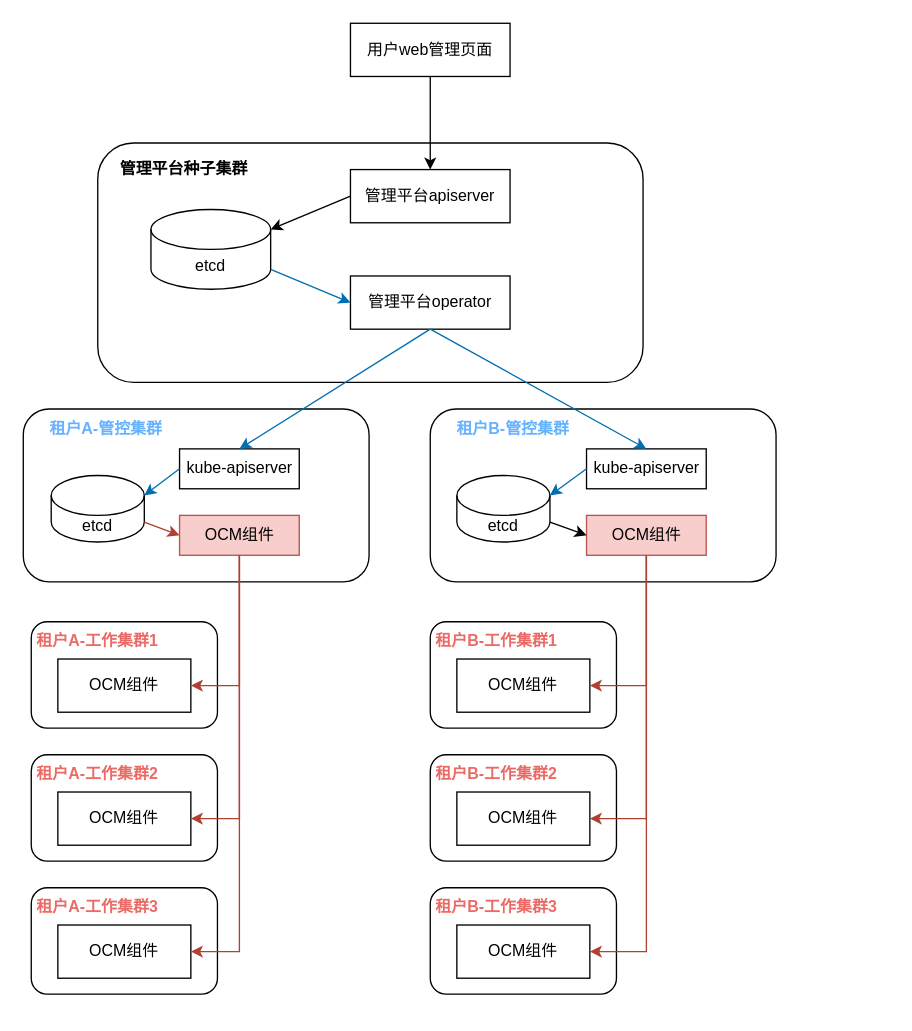
Before: drawio/ccse专利.drawio in Tiny-VS-Lina/ccse, a draw.io diagram. Source tidied: cells renumbered, new cells numbered last; positions are measured from the earlier drawing's top-left corner, leaving out a move shared by most shapes. Both pictures are drawn from the tidied source at 133%, with x=0, y=0 at pixel (23, 23).
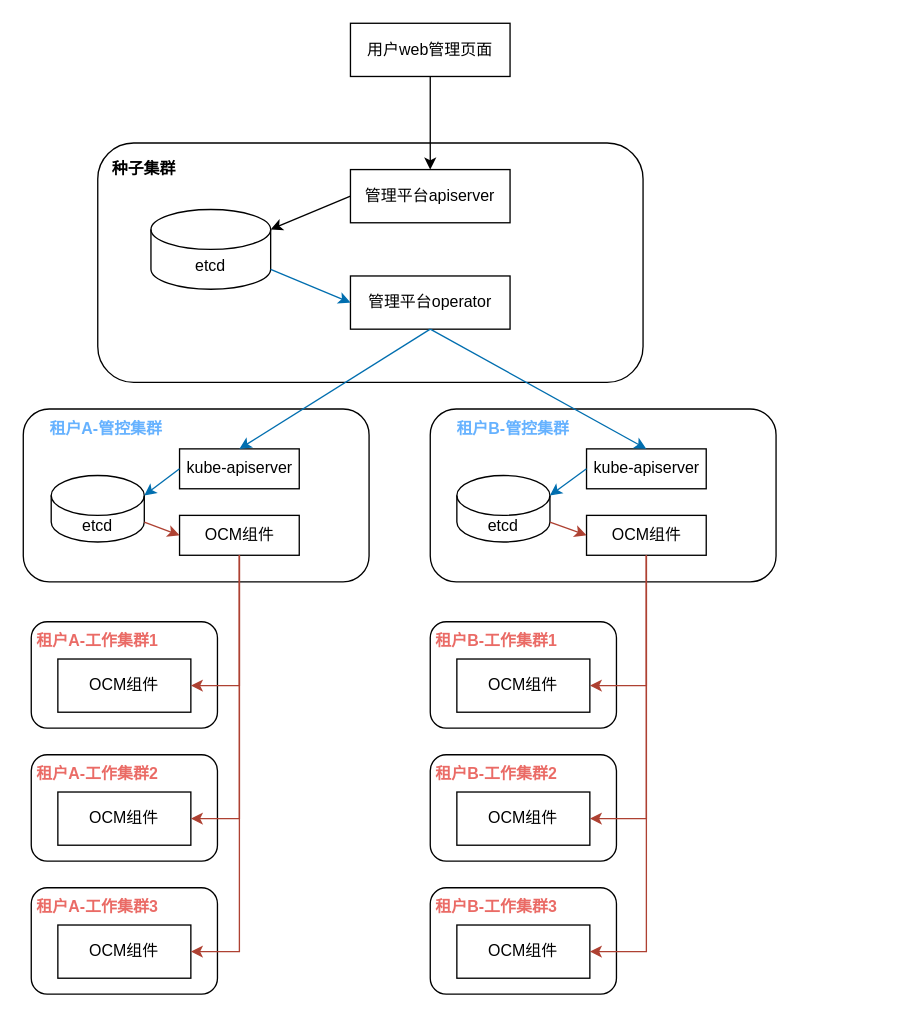
Above is the later version.

Unchanged cells that the change refers to:
```xml
<mxCell id="12" style="group;" parent="1" vertex="1">
  <mxGeometry x="36" y="300" width="615" height="440" as="geometry" />
</mxCell>
<mxCell id="22" value="etcd" style="shape=cylinder3;whiteSpace=wrap;html=1;boundedLbl=1;backgroundOutline=1;size=15;" parent="12" vertex="1">
  <mxGeometry x="290" y="40" width="70" height="50" as="geometry" />
</mxCell>
```

Change to the diagram source:
```diff
@@
-    <mxCell id="8" value="&lt;b&gt;管理平台种子集群&lt;/b&gt;" style="text;html=1;strokeColor=none;fillColor=none;align=center;verticalAlign=middle;whiteSpace=wrap;rounded=0;" parent="1" vertex="1">
-      <mxGeometry x="66" y="100" width="110" height="20" as="geometry" />
+    <mxCell id="8" value="&lt;b&gt;种子集群&lt;/b&gt;" style="text;html=1;strokeColor=none;fillColor=none;align=center;verticalAlign=middle;whiteSpace=wrap;rounded=0;" parent="1" vertex="1">
+      <mxGeometry x="56" y="100" width="70" height="20" as="geometry" />
     </mxCell>
@@
-    <mxCell id="14" value="OCM组件" style="rounded=0;whiteSpace=wrap;html=1;fillColor=#f8cecc;strokeColor=#b85450;" parent="12" vertex="1">
+    <mxCell id="14" value="OCM组件" style="rounded=0;whiteSpace=wrap;html=1;" parent="12" vertex="1">
       <mxGeometry x="81.5" y="70" width="90" height="30" as="geometry" />
     </mxCell>
@@
-    <mxCell id="19" value="OCM组件" style="rounded=0;whiteSpace=wrap;html=1;fillColor=#f8cecc;strokeColor=#b85450;" parent="12" vertex="1">
+    <mxCell id="19" value="OCM组件" style="rounded=0;whiteSpace=wrap;html=1;" parent="12" vertex="1">
       <mxGeometry x="387.5" y="70" width="90" height="30" as="geometry" />
     </mxCell>
@@
-    <mxCell id="39" style="endArrow=classic;html=1;rounded=0;exitX=1;exitY=1;exitDx=0;exitDy=-15;exitPerimeter=0;entryX=0;entryY=0.5;entryDx=0;entryDy=0;" parent="12" edge="1" source="22" target="19">
+    <mxCell id="39" style="endArrow=classic;html=1;rounded=0;exitX=1;exitY=1;exitDx=0;exitDy=-15;exitPerimeter=0;entryX=0;entryY=0.5;entryDx=0;entryDy=0;fillColor=#fad9d5;strokeColor=#ae4132;" parent="12" edge="1" source="22" target="19">
       <mxGeometry relative="1" as="geometry" />
     </mxCell>
@@
+    <mxCell id="52" style="edgeStyle=orthogonalEdgeStyle;rounded=0;orthogonalLoop=1;jettySize=auto;html=1;exitX=0.5;exitY=1;exitDx=0;exitDy=0;" parent="1" edge="1" source="8" target="8">
+      <mxGeometry relative="1" as="geometry" />
+    </mxCell>
```
